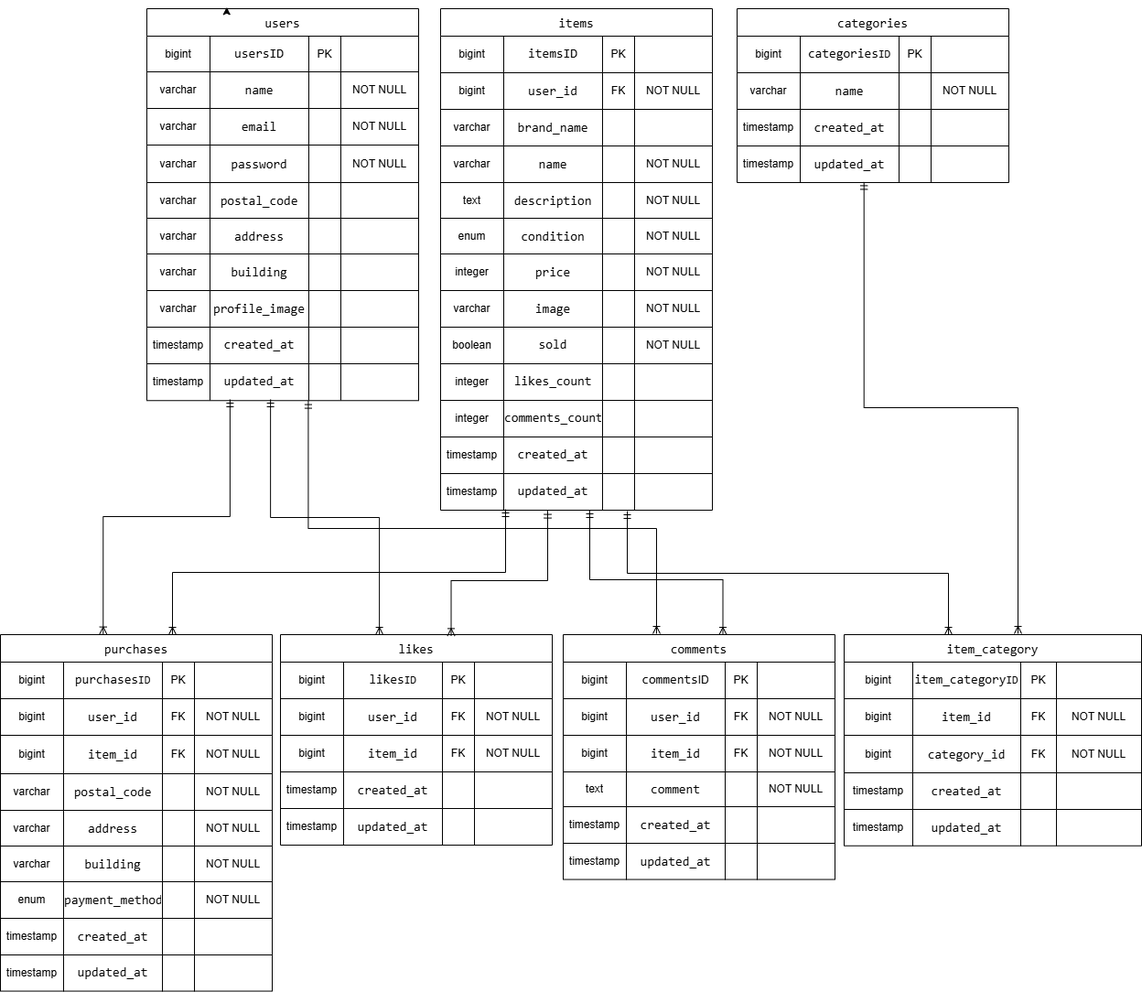
89359389383/flea-market-application keeps this draw.io diagram as src/docs/フリマ模擬案件ER図.png. Above is the earlier version. Source tidied: cells renumbered, new cells last; positions are measured from the earlier drawing's top-left corner, leaving out a move shared by most shapes.
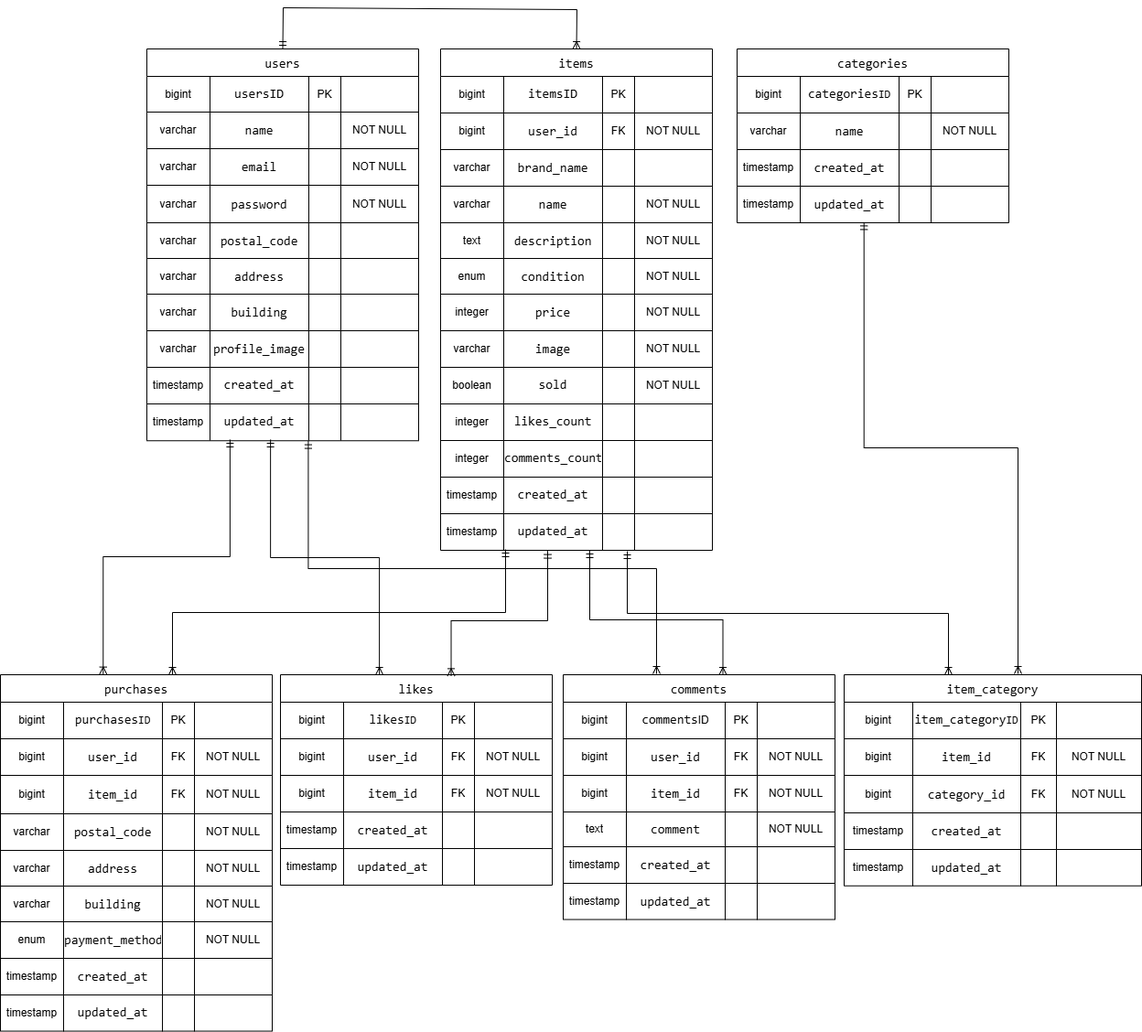
After the commit.

Diff of the diagram source:
```diff
@@ -155,9 +155,6 @@
     <mxCell id="52" style="shape=partialRectangle;html=1;whiteSpace=wrap;strokeColor=inherit;overflow=hidden;fillColor=none;top=0;left=0;bottom=0;right=0;" parent="48" vertex="1">
       <mxGeometry x="212" width="85" height="40" as="geometry" />
     </mxCell>
-    <mxCell id="53" style="edgeStyle=orthogonalEdgeStyle;rounded=0;orthogonalLoop=1;jettySize=auto;html=1;exitX=0.25;exitY=0;exitDx=0;exitDy=0;entryX=0.294;entryY=-0.004;entryDx=0;entryDy=0;entryPerimeter=0;" parent="1" edge="1" source="2" target="2">
-      <mxGeometry relative="1" as="geometry" />
-    </mxCell>
     <mxCell id="54" value="items" style="shape=table;startSize=30;fontSize=14;fontFamily=Consolas, Courier New, monospace;" parent="1" vertex="1">
       <mxGeometry x="481" width="297" height="548" as="geometry" />
     </mxCell>
@@ -853,5 +850,13 @@
         <mxPoint x="1112" y="683" as="targetPoint" />
       </mxGeometry>
     </mxCell>
+    <mxCell id="278" style="fontSize=12;html=1;endArrow=ERoneToMany;startArrow=ERmandOne;rounded=0;exitX=0.5;exitY=0;exitDx=0;exitDy=0;entryX=0.5;entryY=0;entryDx=0;entryDy=0;" parent="1" edge="1" source="2" target="54">
+      <mxGeometry relative="1" as="geometry">
+        <Array as="points">
+          <mxPoint x="309" y="-45" />
+          <mxPoint x="630" y="-43" />
+        </Array>
+      </mxGeometry>
+    </mxCell>
   </root>
 </mxGraphModel>
```
